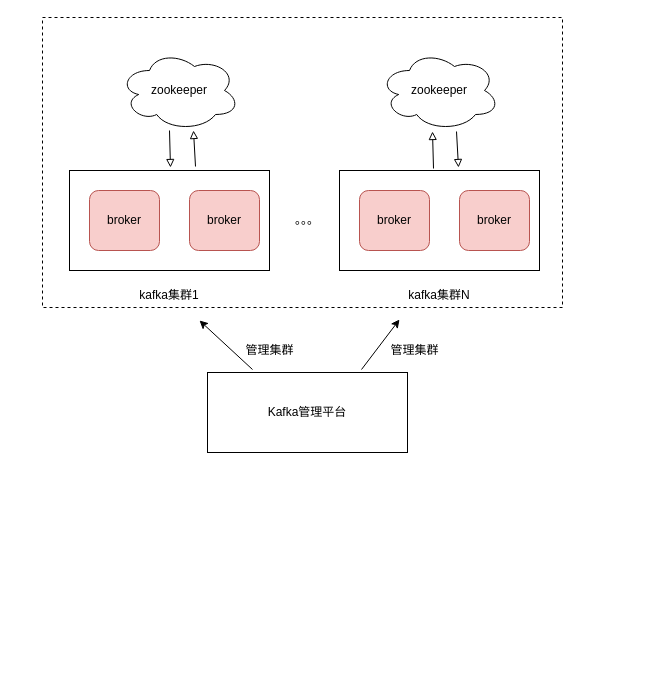
The draw.io diagram 未命名绘图2.drawio in helen-xh/qt-installer-firmware, before the edit. Source tidied: cells renumbered, new cells numbered last; positions are measured from the earlier drawing's top-left corner, leaving out a move shared by most shapes. Both pictures are drawn from the tidied source at 100%, with x=0, y=0 at pixel (42, 17).
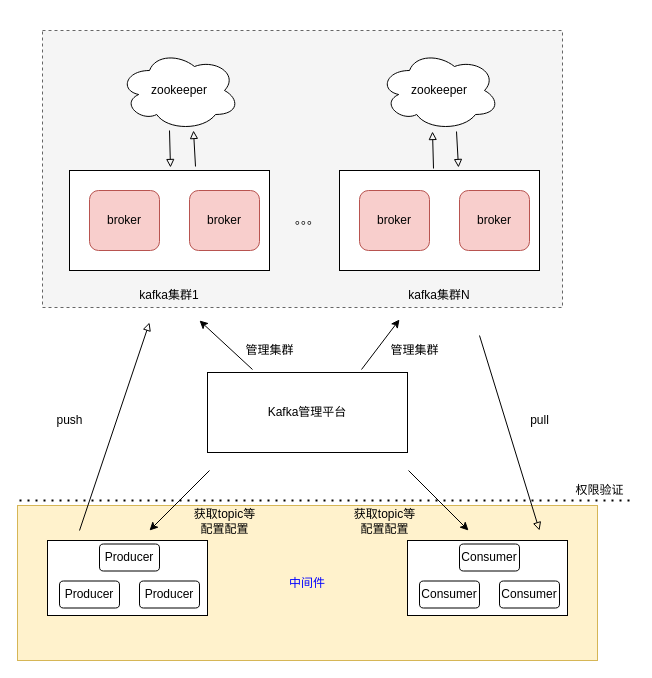
The same page after the edit.

Commit message (it also covers changes not shown here):
更新未命名绘图2.drawio

Change to the diagram source:
```diff
@@
+    <mxCell id="23" value="&lt;font color=&quot;#0000ff&quot;&gt;中间件&lt;/font&gt;" style="rounded=0;whiteSpace=wrap;html=1;fillColor=#fff2cc;strokeColor=#d6b656;" parent="1" vertex="1">
+      <mxGeometry x="-25" y="488" width="580" height="155" as="geometry" />
+    </mxCell>
-    <mxCell id="2" style="rounded=0;whiteSpace=wrap;html=1;dashed=1;" parent="1" vertex="1">
-      <mxGeometry width="520" height="290" as="geometry" />
+    <mxCell id="2" style="rounded=0;whiteSpace=wrap;html=1;dashed=1;fillColor=#f5f5f5;fontColor=#333333;strokeColor=#666666;" parent="1" vertex="1">
+      <mxGeometry y="13" width="520" height="277" as="geometry" />
     </mxCell>
@@
+    <mxCell id="24" style="endArrow=none;dashed=1;html=1;dashPattern=1 3;strokeWidth=2;rounded=0;" parent="1" edge="1">
+      <mxGeometry relative="1" as="geometry">
+        <mxPoint x="-23" y="483" as="sourcePoint" />
+        <mxPoint x="587" y="483" as="targetPoint" />
+      </mxGeometry>
+    </mxCell>
+    <mxCell id="25" style="rounded=0;whiteSpace=wrap;html=1;" parent="1" vertex="1">
+      <mxGeometry x="5" y="523" width="160" height="75" as="geometry" />
+    </mxCell>
+    <mxCell id="26" style="rounded=0;whiteSpace=wrap;html=1;" parent="1" vertex="1">
+      <mxGeometry x="365" y="523" width="160" height="75" as="geometry" />
+    </mxCell>
+    <mxCell id="27" value="Producer" style="rounded=1;whiteSpace=wrap;html=1;" parent="1" vertex="1">
+      <mxGeometry x="57" y="526.5" width="60" height="27" as="geometry" />
+    </mxCell>
+    <mxCell id="28" value="Producer" style="rounded=1;whiteSpace=wrap;html=1;" parent="1" vertex="1">
+      <mxGeometry x="97" y="563.5" width="60" height="27" as="geometry" />
+    </mxCell>
+    <mxCell id="29" value="Producer" style="rounded=1;whiteSpace=wrap;html=1;" parent="1" vertex="1">
+      <mxGeometry x="17" y="563.5" width="60" height="27" as="geometry" />
+    </mxCell>
+    <mxCell id="30" value="Consumer" style="rounded=1;whiteSpace=wrap;html=1;" parent="1" vertex="1">
+      <mxGeometry x="417" y="526.5" width="60" height="27" as="geometry" />
+    </mxCell>
+    <mxCell id="31" value="Consumer" style="rounded=1;whiteSpace=wrap;html=1;" parent="1" vertex="1">
+      <mxGeometry x="457" y="563.5" width="60" height="27" as="geometry" />
+    </mxCell>
+    <mxCell id="32" value="Consumer" style="rounded=1;whiteSpace=wrap;html=1;" parent="1" vertex="1">
+      <mxGeometry x="377" y="563.5" width="60" height="27" as="geometry" />
+    </mxCell>
+    <mxCell id="33" style="endArrow=none;html=1;rounded=0;endFill=0;startArrow=classic;startFill=1;" parent="1" edge="1">
+      <mxGeometry relative="1" as="geometry">
+        <mxPoint x="107" y="513" as="sourcePoint" />
+        <mxPoint x="167" y="453" as="targetPoint" />
+      </mxGeometry>
+    </mxCell>
+    <mxCell id="34" style="endArrow=none;html=1;rounded=0;endFill=0;startArrow=classic;startFill=1;" parent="1" edge="1">
+      <mxGeometry relative="1" as="geometry">
+        <mxPoint x="426" y="513" as="sourcePoint" />
+        <mxPoint x="366" y="453" as="targetPoint" />
+        <Array as="points">
+          <mxPoint x="366" y="453" />
+        </Array>
+      </mxGeometry>
+    </mxCell>
+    <mxCell id="35" style="endArrow=block;html=1;rounded=0;endFill=0;" parent="1" edge="1">
+      <mxGeometry relative="1" as="geometry">
+        <mxPoint x="37" y="513" as="sourcePoint" />
+        <mxPoint x="107" y="305" as="targetPoint" />
+      </mxGeometry>
+    </mxCell>
+    <mxCell id="36" style="endArrow=none;html=1;rounded=0;endFill=0;startArrow=block;startFill=0;" parent="1" edge="1">
+      <mxGeometry relative="1" as="geometry">
+        <mxPoint x="497" y="513" as="sourcePoint" />
+        <mxPoint x="437" y="318" as="targetPoint" />
+      </mxGeometry>
+    </mxCell>
+    <mxCell id="37" value="push" style="text;html=1;align=center;verticalAlign=middle;strokeColor=none;fillColor=none;" parent="1" vertex="1">
+      <mxGeometry x="2" y="388" width="50" height="30" as="geometry" />
+    </mxCell>
+    <mxCell id="38" value="pull" style="text;html=1;align=center;verticalAlign=middle;strokeColor=none;fillColor=none;" parent="1" vertex="1">
+      <mxGeometry x="477" y="388" width="40" height="30" as="geometry" />
+    </mxCell>
+    <mxCell id="39" value="&lt;div&gt;获取topic等&lt;/div&gt;&lt;div&gt;配置配置&lt;/div&gt;" style="text;html=1;align=center;verticalAlign=middle;strokeColor=none;fillColor=none;" parent="1" vertex="1">
+      <mxGeometry x="142" y="484" width="80" height="40" as="geometry" />
+    </mxCell>
+    <mxCell id="40" value="&lt;div&gt;获取topic等&lt;/div&gt;&lt;div&gt;配置配置&lt;/div&gt;" style="text;html=1;align=center;verticalAlign=middle;strokeColor=none;fillColor=none;" parent="1" vertex="1">
+      <mxGeometry x="302" y="484" width="80" height="40" as="geometry" />
+    </mxCell>
+    <mxCell id="41" value="权限验证" style="text;html=1;align=center;verticalAlign=middle;strokeColor=none;fillColor=none;" parent="1" vertex="1">
+      <mxGeometry x="522" y="458" width="70" height="30" as="geometry" />
+    </mxCell>
```
